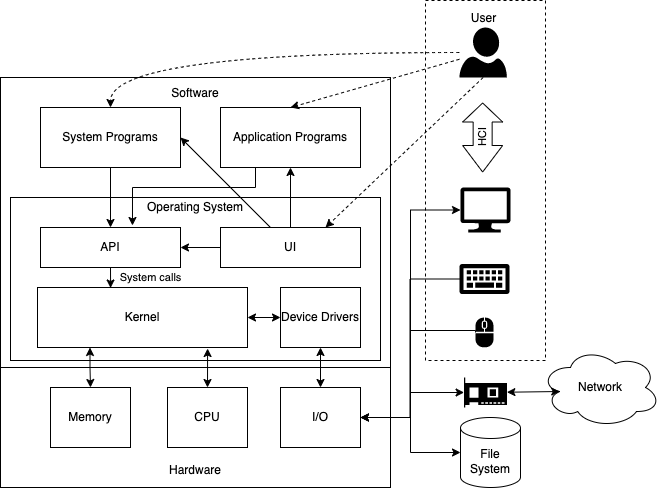
Before: assets/images/os.png, a diagram exported from draw.io (yoadg/yoadg.github.io). Source tidied: cells renumbered, new cells last; positions are measured from the earlier drawing's top-left corner, leaving out a move shared by most shapes. The source it was exported from:
```xml
<mxGraphModel>
  <root>
    <mxCell id="0" />
    <mxCell id="1" parent="0" />
    <mxCell id="2" style="rounded=0;whiteSpace=wrap;html=1;fontColor=#000000;fillColor=#FFFFFF;dashed=1;" parent="1" vertex="1">
      <mxGeometry x="425" width="120" height="360" as="geometry" />
    </mxCell>
    <mxCell id="3" value="Software&lt;br&gt;&lt;br&gt;&lt;br&gt;&lt;br&gt;&lt;br&gt;&lt;br&gt;&lt;br&gt;&lt;br&gt;&lt;br&gt;&lt;br&gt;&lt;br&gt;&lt;br&gt;&lt;br&gt;&lt;br&gt;&lt;br&gt;&lt;br&gt;&lt;br&gt;&lt;br&gt;&lt;br&gt;" style="rounded=0;whiteSpace=wrap;html=1;fillColor=#FFFFFF;fontColor=#000000;" parent="1" vertex="1">
      <mxGeometry y="77" width="390" height="290" as="geometry" />
    </mxCell>
    <mxCell id="4" value="&lt;br&gt;&lt;br&gt;&lt;br&gt;&lt;br&gt;&lt;br&gt;&lt;br&gt;Hardware" style="rounded=0;whiteSpace=wrap;html=1;labelPosition=center;verticalLabelPosition=middle;align=center;verticalAlign=middle;" parent="1" vertex="1">
      <mxGeometry y="367" width="390" height="120" as="geometry" />
    </mxCell>
    <mxCell id="5" value="Operating System&lt;br&gt;&lt;br&gt;&lt;br&gt;&lt;br&gt;&lt;br&gt;&lt;br&gt;&lt;br&gt;&lt;br&gt;&lt;br&gt;&lt;br&gt;&lt;br&gt;" style="rounded=0;whiteSpace=wrap;html=1;" parent="1" vertex="1">
      <mxGeometry x="10" y="197" width="370" height="163" as="geometry" />
    </mxCell>
    <mxCell id="6" value="System Programs" style="rounded=0;whiteSpace=wrap;html=1;" parent="1" vertex="1">
      <mxGeometry x="40" y="107" width="140" height="60" as="geometry" />
    </mxCell>
    <mxCell id="7" value="System calls" style="rounded=0;jettySize=auto;html=1;exitX=0.5;exitY=1;exitDx=0;exitDy=0;entryX=0.348;entryY=0.008;entryDx=0;entryDy=0;entryPerimeter=0;endArrow=classic;endFill=1;" parent="1" edge="1" source="9" target="17">
      <mxGeometry x="-0.01" y="40" relative="1" as="geometry" />
    </mxCell>
    <mxCell id="8" style="edgeStyle=orthogonalEdgeStyle;rounded=0;jettySize=auto;html=1;exitX=0.5;exitY=0;exitDx=0;exitDy=0;entryX=0.5;entryY=1;entryDx=0;entryDy=0;endArrow=none;endFill=0;startArrow=classic;startFill=1;" parent="1" edge="1" source="9" target="6">
      <mxGeometry relative="1" as="geometry" />
    </mxCell>
    <mxCell id="9" value="API" style="rounded=0;whiteSpace=wrap;html=1;" parent="1" vertex="1">
      <mxGeometry x="40" y="227" width="140" height="40" as="geometry" />
    </mxCell>
    <mxCell id="10" style="edgeStyle=orthogonalEdgeStyle;rounded=0;jettySize=auto;html=1;exitX=0.5;exitY=0;exitDx=0;exitDy=0;entryX=0.5;entryY=1;entryDx=0;entryDy=0;startArrow=none;startFill=0;endArrow=classic;endFill=1;" parent="1" edge="1" source="13" target="35">
      <mxGeometry relative="1" as="geometry" />
    </mxCell>
    <mxCell id="11" style="edgeStyle=orthogonalEdgeStyle;rounded=0;jettySize=auto;html=1;exitX=0.25;exitY=1;exitDx=0;exitDy=0;entryX=0.657;entryY=-0.05;entryDx=0;entryDy=0;fontColor=#000000;startArrow=none;startFill=0;endArrow=classic;endFill=1;entryPerimeter=0;" parent="1" edge="1" source="35" target="9">
      <mxGeometry relative="1" as="geometry">
        <Array as="points">
          <mxPoint x="255" y="187" />
          <mxPoint x="132" y="187" />
        </Array>
      </mxGeometry>
    </mxCell>
    <mxCell id="12" style="edgeStyle=orthogonalEdgeStyle;rounded=0;jettySize=auto;html=1;entryX=1;entryY=0.5;entryDx=0;entryDy=0;fontColor=#000000;startArrow=none;startFill=0;endArrow=classic;endFill=1;" parent="1" edge="1" source="13" target="9">
      <mxGeometry relative="1" as="geometry" />
    </mxCell>
    <mxCell id="13" value="UI" style="rounded=0;whiteSpace=wrap;html=1;" parent="1" vertex="1">
      <mxGeometry x="220" y="227" width="140" height="40" as="geometry" />
    </mxCell>
    <mxCell id="14" style="edgeStyle=orthogonalEdgeStyle;rounded=0;jettySize=auto;html=1;entryX=0.5;entryY=0;entryDx=0;entryDy=0;endArrow=classic;endFill=1;exitX=0.81;exitY=1.017;exitDx=0;exitDy=0;startArrow=classic;startFill=1;exitPerimeter=0;" parent="1" edge="1" source="17" target="21">
      <mxGeometry relative="1" as="geometry" />
    </mxCell>
    <mxCell id="15" style="edgeStyle=orthogonalEdgeStyle;rounded=0;jettySize=auto;html=1;entryX=0.5;entryY=0;entryDx=0;entryDy=0;endArrow=classic;endFill=1;exitX=0.25;exitY=1;exitDx=0;exitDy=0;startArrow=classic;startFill=1;" parent="1" edge="1" source="17" target="20">
      <mxGeometry relative="1" as="geometry" />
    </mxCell>
    <mxCell id="16" style="edgeStyle=orthogonalEdgeStyle;rounded=0;jettySize=auto;html=1;exitX=1;exitY=0.5;exitDx=0;exitDy=0;entryX=0;entryY=0.5;entryDx=0;entryDy=0;endArrow=classic;endFill=1;startArrow=classic;startFill=1;" parent="1" edge="1" source="17" target="19">
      <mxGeometry relative="1" as="geometry" />
    </mxCell>
    <mxCell id="17" value="Kernel" style="rounded=0;whiteSpace=wrap;html=1;" parent="1" vertex="1">
      <mxGeometry x="37" y="287" width="210" height="60" as="geometry" />
    </mxCell>
    <mxCell id="18" style="edgeStyle=orthogonalEdgeStyle;rounded=0;jettySize=auto;html=1;exitX=0.5;exitY=1;exitDx=0;exitDy=0;entryX=0.5;entryY=0;entryDx=0;entryDy=0;endArrow=classic;endFill=1;startArrow=classic;startFill=1;" parent="1" edge="1" source="19" target="27">
      <mxGeometry relative="1" as="geometry" />
    </mxCell>
    <mxCell id="19" value="Device Drivers" style="rounded=0;whiteSpace=wrap;html=1;" parent="1" vertex="1">
      <mxGeometry x="280" y="287" width="80" height="60" as="geometry" />
    </mxCell>
    <mxCell id="20" value="Memory" style="rounded=0;whiteSpace=wrap;html=1;" parent="1" vertex="1">
      <mxGeometry x="50" y="387" width="80" height="60" as="geometry" />
    </mxCell>
    <mxCell id="21" value="CPU" style="rounded=0;whiteSpace=wrap;html=1;" parent="1" vertex="1">
      <mxGeometry x="167" y="387" width="80" height="60" as="geometry" />
    </mxCell>
    <mxCell id="22" style="edgeStyle=orthogonalEdgeStyle;rounded=0;jettySize=auto;html=1;exitX=1;exitY=0.5;exitDx=0;exitDy=0;entryX=0;entryY=0.5;entryDx=0;entryDy=0;entryPerimeter=0;endArrow=classic;endFill=1;" parent="1" edge="1" source="27" target="28">
      <mxGeometry relative="1" as="geometry" />
    </mxCell>
    <mxCell id="23" style="edgeStyle=orthogonalEdgeStyle;rounded=0;jettySize=auto;html=1;entryX=0;entryY=0.5;entryDx=0;entryDy=0;entryPerimeter=0;endArrow=none;endFill=0;startArrow=classic;startFill=1;" parent="1" edge="1" source="27" target="29">
      <mxGeometry relative="1" as="geometry" />
    </mxCell>
    <mxCell id="24" style="edgeStyle=orthogonalEdgeStyle;rounded=0;jettySize=auto;html=1;entryX=0;entryY=0.5;entryDx=0;entryDy=0;entryPerimeter=0;endArrow=none;endFill=0;" parent="1" edge="1" source="27" target="31">
      <mxGeometry relative="1" as="geometry">
        <Array as="points">
          <mxPoint x="410" y="417" />
          <mxPoint x="410" y="330" />
        </Array>
      </mxGeometry>
    </mxCell>
    <mxCell id="25" style="edgeStyle=orthogonalEdgeStyle;rounded=0;jettySize=auto;html=1;endArrow=classic;endFill=1;startArrow=classic;startFill=1;" parent="1" edge="1" source="27" target="32">
      <mxGeometry relative="1" as="geometry">
        <Array as="points">
          <mxPoint x="410" y="417" />
          <mxPoint x="410" y="392" />
        </Array>
      </mxGeometry>
    </mxCell>
    <mxCell id="26" style="edgeStyle=orthogonalEdgeStyle;rounded=0;jettySize=auto;html=1;entryX=0;entryY=0.5;entryDx=0;entryDy=0;entryPerimeter=0;endArrow=classic;endFill=1;startArrow=classic;startFill=1;" parent="1" edge="1" source="27" target="30">
      <mxGeometry relative="1" as="geometry" />
    </mxCell>
    <mxCell id="27" value="I/O" style="rounded=0;whiteSpace=wrap;html=1;" parent="1" vertex="1">
      <mxGeometry x="280" y="387" width="80" height="60" as="geometry" />
    </mxCell>
    <mxCell id="28" style="verticalLabelPosition=bottom;html=1;verticalAlign=top;align=center;strokeColor=none;fillColor=#000000;shape=mxgraph.azure.computer;" parent="1" vertex="1">
      <mxGeometry x="460" y="187" width="50" height="45" as="geometry" />
    </mxCell>
    <mxCell id="29" style="sketch=0;shadow=0;dashed=0;html=1;strokeColor=none;labelPosition=center;verticalLabelPosition=bottom;verticalAlign=top;align=center;fillColor=#000000;shape=mxgraph.mscae.enterprise.keyboard;" parent="1" vertex="1">
      <mxGeometry x="459" y="263.5" width="50" height="30" as="geometry" />
    </mxCell>
    <mxCell id="30" value="File System" style="shape=cylinder3;whiteSpace=wrap;html=1;boundedLbl=1;backgroundOutline=1;size=10.5;fillColor=#FFFFFF;" parent="1" vertex="1">
      <mxGeometry x="460" y="417" width="60" height="70" as="geometry" />
    </mxCell>
    <mxCell id="31" style="sketch=0;shadow=0;dashed=0;html=1;strokeColor=none;labelPosition=center;verticalLabelPosition=bottom;verticalAlign=top;align=center;fillColor=#000000;shape=mxgraph.mscae.enterprise.mouse;" parent="1" vertex="1">
      <mxGeometry x="475" y="317" width="18" height="30" as="geometry" />
    </mxCell>
    <mxCell id="32" style="shadow=0;dashed=0;html=1;strokeColor=none;fillColor=#000000;labelPosition=center;verticalLabelPosition=bottom;verticalAlign=top;align=center;outlineConnect=0;shape=mxgraph.veeam.2d.network_card;" parent="1" vertex="1">
      <mxGeometry x="463.6" y="377" width="42.8" height="30" as="geometry" />
    </mxCell>
    <mxCell id="33" value="Network" style="ellipse;shape=cloud;whiteSpace=wrap;html=1;fillColor=#FFFFFF;" parent="1" vertex="1">
      <mxGeometry x="540" y="347" width="120" height="80" as="geometry" />
    </mxCell>
    <mxCell id="34" style="edgeStyle=none;rounded=0;jettySize=auto;html=1;entryX=0.16;entryY=0.55;entryDx=0;entryDy=0;entryPerimeter=0;startArrow=classic;startFill=1;endArrow=classic;endFill=1;" parent="1" edge="1" source="32" target="33">
      <mxGeometry relative="1" as="geometry" />
    </mxCell>
    <mxCell id="35" value="Application Programs" style="rounded=0;whiteSpace=wrap;html=1;" parent="1" vertex="1">
      <mxGeometry x="220" y="107" width="140" height="60" as="geometry" />
    </mxCell>
    <mxCell id="36" style="edgeStyle=none;rounded=0;jettySize=auto;html=1;exitX=0.5;exitY=1;exitDx=0;exitDy=0;exitPerimeter=0;fontColor=#000000;startArrow=none;startFill=0;endArrow=classic;endFill=1;entryX=0.75;entryY=0;entryDx=0;entryDy=0;dashed=1;" parent="1" edge="1" source="39" target="13">
      <mxGeometry relative="1" as="geometry" />
    </mxCell>
    <mxCell id="37" style="rounded=0;jettySize=auto;html=1;entryX=0.5;entryY=0;entryDx=0;entryDy=0;fontColor=#000000;startArrow=none;startFill=0;endArrow=classic;endFill=1;dashed=1;" parent="1" edge="1" source="39" target="35">
      <mxGeometry relative="1" as="geometry" />
    </mxCell>
    <mxCell id="38" style="edgeStyle=orthogonalEdgeStyle;rounded=0;jettySize=auto;html=1;entryX=0.5;entryY=0;entryDx=0;entryDy=0;fontColor=#000000;startArrow=none;startFill=0;endArrow=classic;endFill=1;dashed=1;curved=1;" parent="1" edge="1" source="39" target="6">
      <mxGeometry relative="1" as="geometry" />
    </mxCell>
    <mxCell id="39" value="User" style="verticalLabelPosition=top;html=1;verticalAlign=bottom;align=center;strokeColor=none;fillColor=#000000;shape=mxgraph.azure.user;labelPosition=center;" parent="1" vertex="1">
      <mxGeometry x="458.9" y="27" width="47.5" height="50" as="geometry" />
    </mxCell>
    <mxCell id="40" value="HCI" style="shape=flexArrow;endArrow=classic;startArrow=classic;html=1;rounded=0;fontColor=#000000;width=19;startSize=8.5;horizontal=0;" parent="1" edge="1">
      <mxGeometry relative="1" as="geometry">
        <mxPoint x="482.1" y="172" as="sourcePoint" />
        <mxPoint x="482.1" y="102" as="targetPoint" />
      </mxGeometry>
    </mxCell>
    <mxCell id="41" style="rounded=0;jettySize=auto;html=1;exitX=0.357;exitY=0;exitDx=0;exitDy=0;entryX=1;entryY=0.5;entryDx=0;entryDy=0;startArrow=none;startFill=0;endArrow=classic;endFill=1;exitPerimeter=0;" parent="1" edge="1" source="13" target="6">
      <mxGeometry relative="1" as="geometry" />
    </mxCell>
  </root>
</mxGraphModel>
```
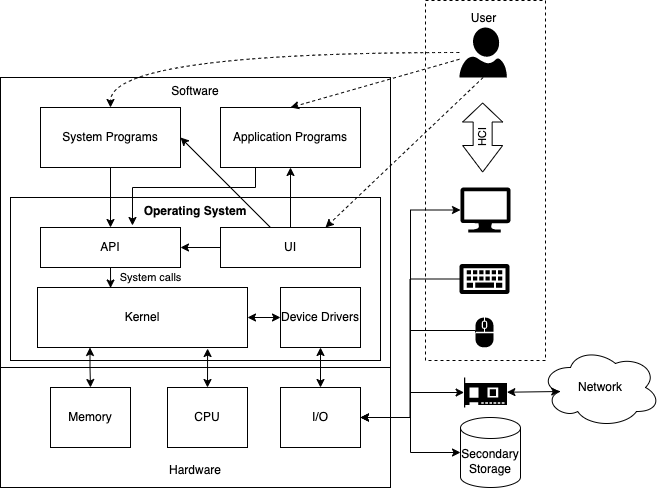
After the commit.

What changed in the source:
```diff
@@ -5,13 +5,13 @@
     <mxCell id="2" style="rounded=0;whiteSpace=wrap;html=1;fontColor=#000000;fillColor=#FFFFFF;dashed=1;" parent="1" vertex="1">
       <mxGeometry x="425" width="120" height="360" as="geometry" />
     </mxCell>
-    <mxCell id="3" value="Software&lt;br&gt;&lt;br&gt;&lt;br&gt;&lt;br&gt;&lt;br&gt;&lt;br&gt;&lt;br&gt;&lt;br&gt;&lt;br&gt;&lt;br&gt;&lt;br&gt;&lt;br&gt;&lt;br&gt;&lt;br&gt;&lt;br&gt;&lt;br&gt;&lt;br&gt;&lt;br&gt;&lt;br&gt;" style="rounded=0;whiteSpace=wrap;html=1;fillColor=#FFFFFF;fontColor=#000000;" parent="1" vertex="1">
+    <mxCell id="3" value="Software&lt;br&gt;&lt;br&gt;&lt;br&gt;&lt;br&gt;&lt;br&gt;&lt;br&gt;&lt;br&gt;&lt;br&gt;&lt;br&gt;&lt;br&gt;&lt;br&gt;" style="rounded=0;whiteSpace=wrap;html=1;fillColor=#FFFFFF;fontColor=#000000;verticalAlign=top;" parent="1" vertex="1">
       <mxGeometry y="77" width="390" height="290" as="geometry" />
     </mxCell>
     <mxCell id="4" value="&lt;br&gt;&lt;br&gt;&lt;br&gt;&lt;br&gt;&lt;br&gt;&lt;br&gt;Hardware" style="rounded=0;whiteSpace=wrap;html=1;labelPosition=center;verticalLabelPosition=middle;align=center;verticalAlign=middle;" parent="1" vertex="1">
       <mxGeometry y="367" width="390" height="120" as="geometry" />
     </mxCell>
-    <mxCell id="5" value="Operating System&lt;br&gt;&lt;br&gt;&lt;br&gt;&lt;br&gt;&lt;br&gt;&lt;br&gt;&lt;br&gt;&lt;br&gt;&lt;br&gt;&lt;br&gt;&lt;br&gt;" style="rounded=0;whiteSpace=wrap;html=1;" parent="1" vertex="1">
+    <mxCell id="5" value="&lt;b&gt;Operating System&lt;/b&gt;" style="rounded=0;whiteSpace=wrap;html=1;verticalAlign=top;" parent="1" vertex="1">
       <mxGeometry x="10" y="197" width="370" height="163" as="geometry" />
     </mxCell>
     <mxCell id="6" value="System Programs" style="rounded=0;whiteSpace=wrap;html=1;" parent="1" vertex="1">
@@ -101,7 +101,7 @@
     <mxCell id="29" style="sketch=0;shadow=0;dashed=0;html=1;strokeColor=none;labelPosition=center;verticalLabelPosition=bottom;verticalAlign=top;align=center;fillColor=#000000;shape=mxgraph.mscae.enterprise.keyboard;" parent="1" vertex="1">
       <mxGeometry x="459" y="263.5" width="50" height="30" as="geometry" />
     </mxCell>
-    <mxCell id="30" value="File System" style="shape=cylinder3;whiteSpace=wrap;html=1;boundedLbl=1;backgroundOutline=1;size=10.5;fillColor=#FFFFFF;" parent="1" vertex="1">
+    <mxCell id="30" value="Secondary Storage" style="shape=cylinder3;whiteSpace=wrap;html=1;boundedLbl=1;backgroundOutline=1;size=10.5;fillColor=#FFFFFF;" parent="1" vertex="1">
       <mxGeometry x="460" y="417" width="60" height="70" as="geometry" />
     </mxCell>
     <mxCell id="31" style="sketch=0;shadow=0;dashed=0;html=1;strokeColor=none;labelPosition=center;verticalLabelPosition=bottom;verticalAlign=top;align=center;fillColor=#000000;shape=mxgraph.mscae.enterprise.mouse;" parent="1" vertex="1">
```
